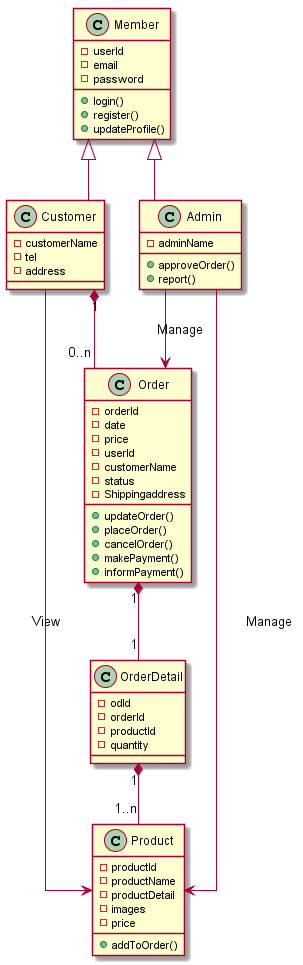
This is classDiagram.png from OOAD-037/FinalAssignment, a PlantUML export, as it was before one commit.
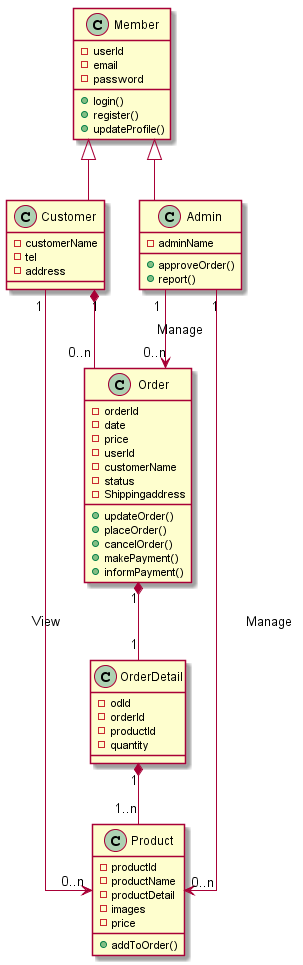
After the commit.

Diff of the diagram source:
```diff
@@ -58,8 +58,8 @@
 Customer"1" *-- "0..n"Order
 Order"1" *-- "1"OrderDetail
 OrderDetail"1" *-- "1..n"Product
-Customer --> Product : View
-Admin --> Product : Manage
-Admin --> Order : Manage
+Customer"1" --> "0..n"Product : View
+Admin"1" --> "0..n"Product : Manage
+Admin"1" --> "0..n"Order : Manage
 
 @enduml
```
